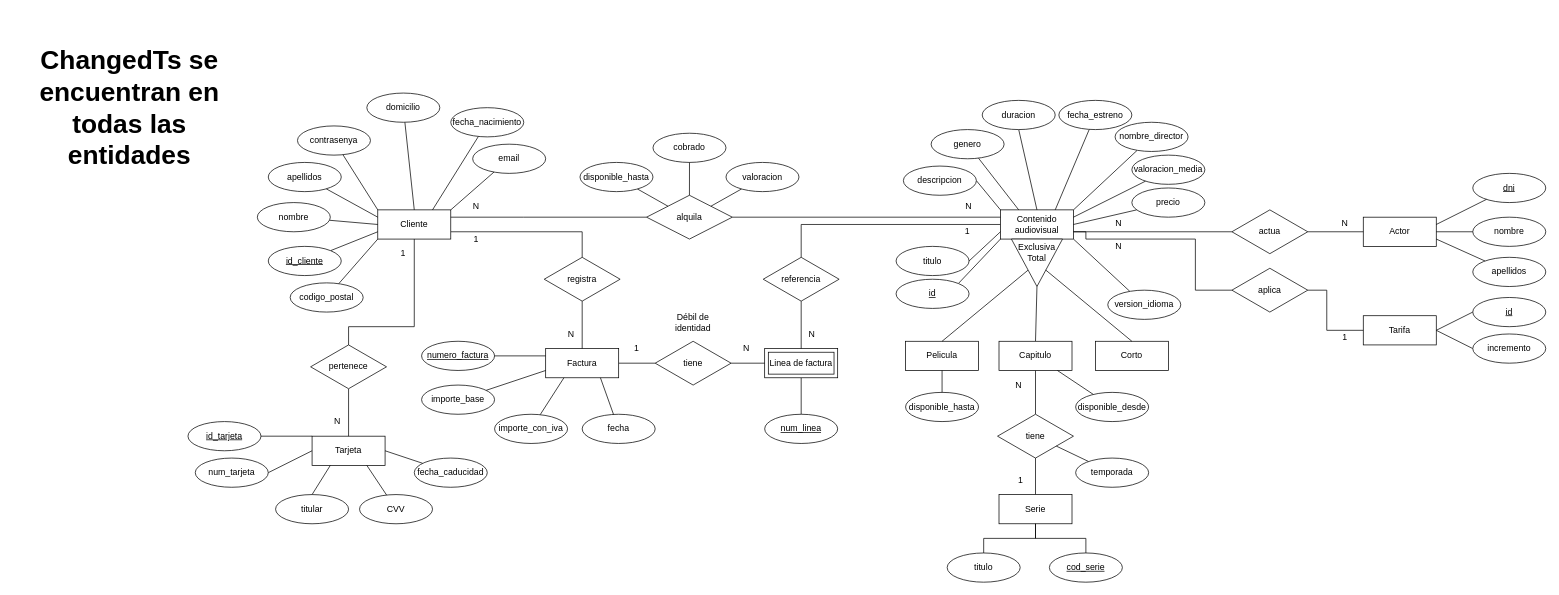
The draw.io diagram Modelo Entidad-Relacion.drawio in Ivanmontesinos21/Proyecto_MiraVereda, before the edit. Source tidied: cells renumbered, new cells numbered last; positions are measured from the earlier drawing's top-left corner, leaving out a move shared by most shapes. Both pictures are drawn from the tidied source at 73%, with x=0, y=0 at pixel (12, 12).
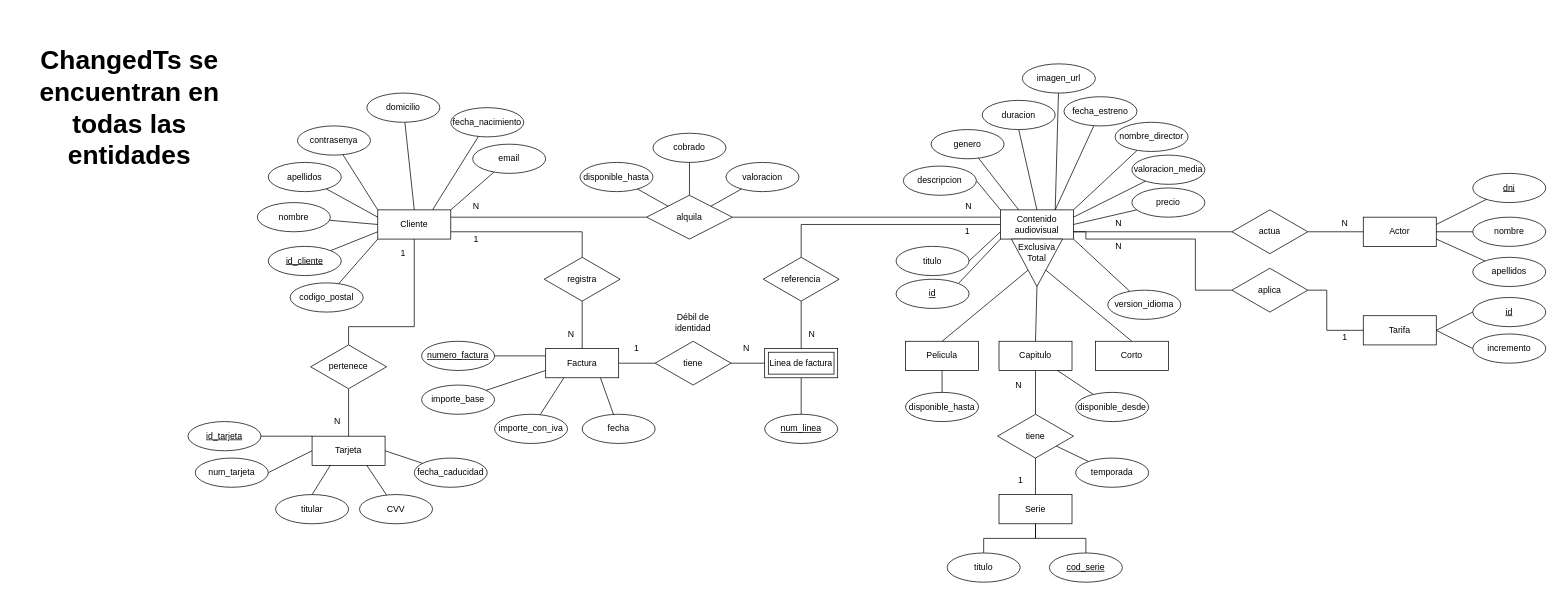
After the change.

Commit message (it also covers changes not shown here):
Añadir columna imagen_url en tabla Contenido_Audiovisual

The change refers to these unchanged cells:
```xml
<mxCell id="3" value="Contenido audiovisual" style="whiteSpace=wrap;html=1;align=center;" parent="1" vertex="1">
  <mxGeometry x="1353" y="270" width="100" height="40" as="geometry" />
</mxCell>
```

Change to the diagram source:
```diff
@@
     <mxCell id="17" value="&lt;div&gt;fecha_estreno&lt;/div&gt;" style="ellipse;whiteSpace=wrap;html=1;align=center;" parent="1" vertex="1">
-      <mxGeometry x="1433" y="120" width="100" height="40" as="geometry" />
+      <mxGeometry x="1440" y="115" width="100" height="40" as="geometry" />
     </mxCell>
@@
+    <mxCell id="141" style="rounded=0;jettySize=auto;html=1;entryX=0.75;entryY=0;entryDx=0;entryDy=0;endArrow=none;endFill=0;" parent="1" edge="1" source="142" target="3">
+      <mxGeometry relative="1" as="geometry" />
+    </mxCell>
+    <mxCell id="142" value="imagen_url" style="ellipse;whiteSpace=wrap;html=1;align=center;" parent="1" vertex="1">
+      <mxGeometry x="1383" y="70" width="100" height="40" as="geometry" />
+    </mxCell>
```
